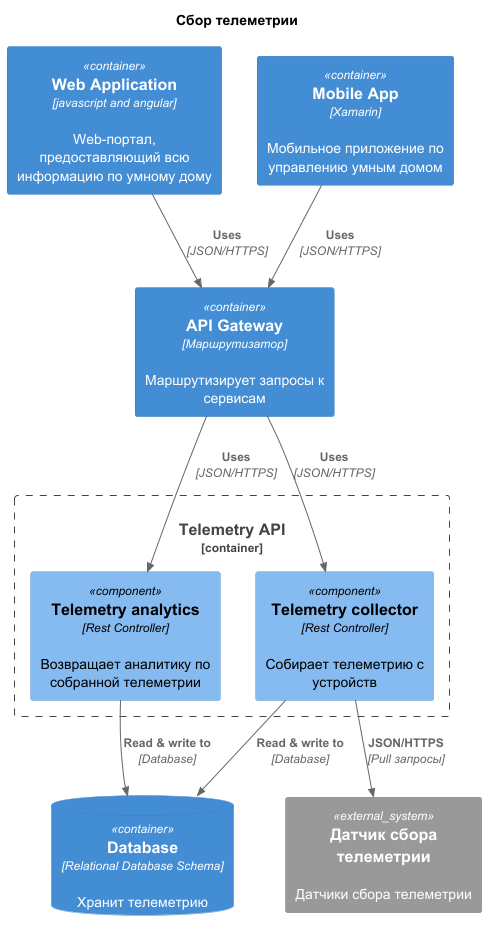
Before: schemas/task2_telemetry_component.png, a diagram exported from PlantUML (petrovdv/swa-warmhouse). Its diagram source:
```plantuml
@startuml
title Сбор телеметрии

top to bottom direction

!define RELATIVE_INCLUDE .
!include C4_templates/C4_Component.puml

Container(webapp, "Web Application", "javascript and angular", "Web-портал, предоставляющий всю информацию по умному дому")
Container(mobapp, "Mobile App", "Xamarin", "Мобильное приложение по управлению умным домом")
Container(gateway, "API Gateway", "Маршрутизатор", "Маршрутизирует запросы к сервисам")
ContainerDb(db, "Database", "Relational Database Schema", "Хранит телеметрию")
System_Ext(telemetry_sensor, "Датчик сбора телеметрии", "Датчики сбора телеметрии")

Container_Boundary(api, "Telemetry API") {
    Component(analytics, "Telemetry analytics", "Rest Controller", "Возвращает аналитику по собранной телеметрии")
    Component(collector, "Telemetry collector", "Rest Controller", "Собирает телеметрию с устройств")

    Rel(analytics, db, "Read & write to", "Database")
    Rel(collector, db, "Read & write to", "Database")
    Rel(collector, telemetry_sensor, "JSON/HTTPS", "Pull запросы")
}

Rel(webapp, gateway, "Uses", "JSON/HTTPS")
Rel(mobapp, gateway, "Uses", "JSON/HTTPS")
Rel(gateway, analytics, "Uses", "JSON/HTTPS")
Rel(gateway, collector, "Uses", "JSON/HTTPS")

@enduml
```
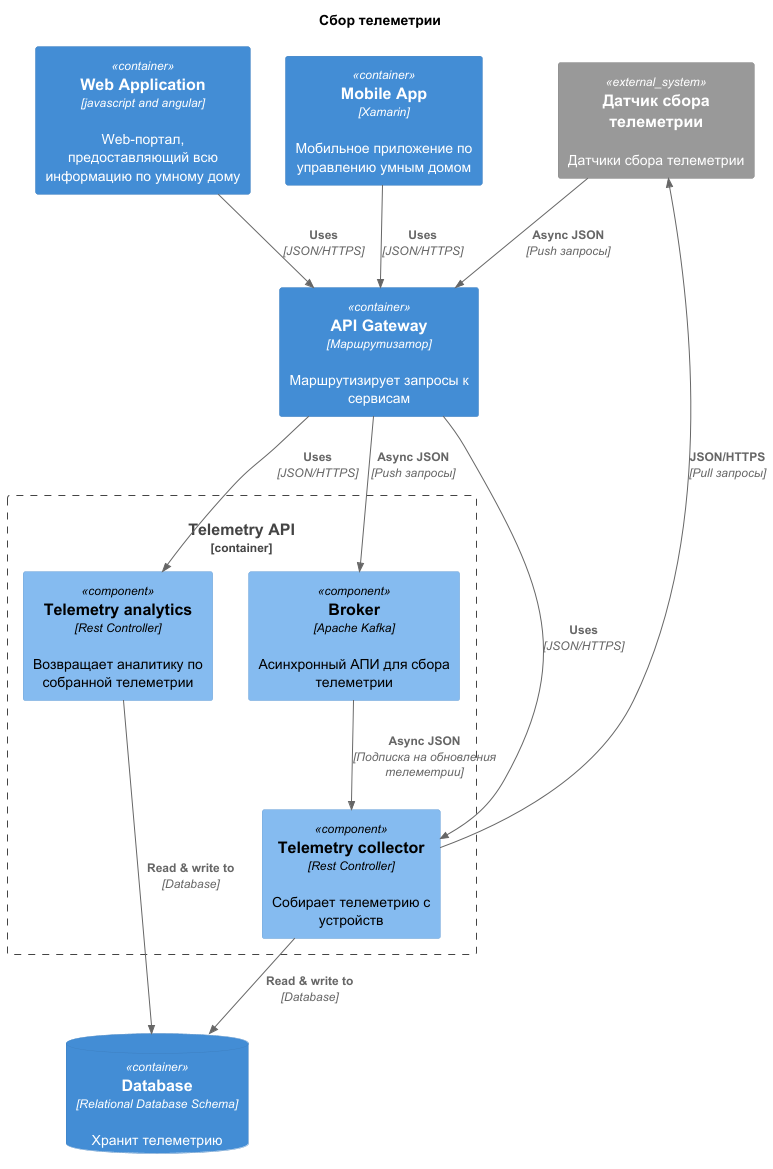
Above is the later version.

What changed in the source:
```diff
@@ -15,10 +15,14 @@
 Container_Boundary(api, "Telemetry API") {
     Component(analytics, "Telemetry analytics", "Rest Controller", "Возвращает аналитику по собранной телеметрии")
     Component(collector, "Telemetry collector", "Rest Controller", "Собирает телеметрию с устройств")
+    Component(broker, "Broker", "Apache Kafka", "Асинхронный АПИ для сбора телеметрии")
 
     Rel(analytics, db, "Read & write to", "Database")
     Rel(collector, db, "Read & write to", "Database")
     Rel(collector, telemetry_sensor, "JSON/HTTPS", "Pull запросы")
+    Rel(telemetry_sensor, gateway, "Async JSON", "Push запросы")
+    Rel(gateway, broker, "Async JSON", "Push запросы")
+    Rel(broker, collector, "Async JSON", "Подписка на обновления телеметрии")
 }
 
 Rel(webapp, gateway, "Uses", "JSON/HTTPS")
```
